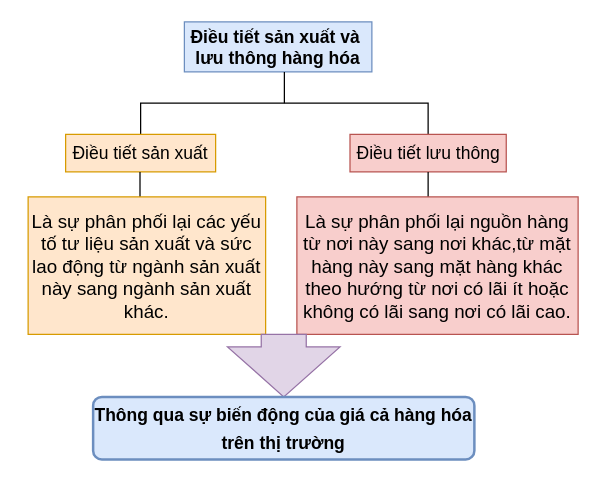
The draw.io diagram công dân.drawio in Deteriorator/hosting, before the edit. Source tidied: cells renumbered, new cells numbered last; positions are measured from the earlier drawing's top-left corner, leaving out a move shared by most shapes. Both pictures are drawn from the tidied source at 125%, with x=0, y=0 at pixel (28, 21).
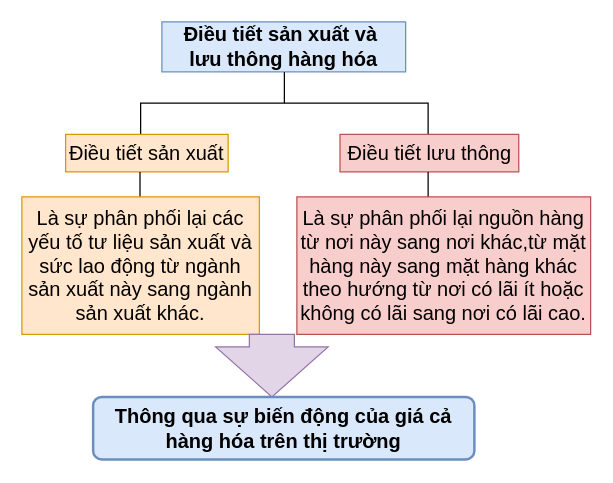
Above is the later version.

Change to the diagram source:
```diff
@@
 <mxGraphModel>
   <root>
     <mxCell id="0" />
     <mxCell id="1" parent="0" />
-    <mxCell id="2" value="&lt;font style=&quot;font-size: 14px;&quot;&gt;Điều tiết sản xuất và&amp;nbsp;&lt;br style=&quot;font-size: 14px;&quot;&gt;lưu thông hàng hóa&lt;/font&gt;" style="rounded=0;whiteSpace=wrap;html=1;fontSize=14;fillColor=#dae8fc;strokeColor=#6c8ebf;fontStyle=1;" parent="1" vertex="1">
-      <mxGeometry x="125" width="150" height="40" as="geometry" />
+    <mxCell id="2" value="&lt;font style=&quot;font-size: 16px;&quot;&gt;Điều tiết sản xuất và&amp;nbsp;&lt;br style=&quot;font-size: 16px;&quot;&gt;lưu thông hàng hóa&lt;/font&gt;" style="rounded=0;whiteSpace=wrap;html=1;fontSize=16;fillColor=#dae8fc;strokeColor=#6c8ebf;fontStyle=1;" parent="1" vertex="1">
+      <mxGeometry x="107" width="195" height="40" as="geometry" />
     </mxCell>
-    <mxCell id="3" style="strokeWidth=1;html=1;shape=mxgraph.flowchart.annotation_2;align=left;labelPosition=right;direction=south;fontSize=14;fontStyle=0;" parent="1" vertex="1">
+    <mxCell id="3" style="strokeWidth=1;html=1;shape=mxgraph.flowchart.annotation_2;align=left;labelPosition=right;direction=south;fontSize=16;fontStyle=0;" parent="1" vertex="1">
       <mxGeometry x="90" y="40" width="230" height="50" as="geometry" />
     </mxCell>
-    <mxCell id="4" value="Điều tiết sản xuất" style="rounded=0;whiteSpace=wrap;html=1;fontSize=14;fillColor=#ffe6cc;strokeColor=#d79b00;" parent="1" vertex="1">
-      <mxGeometry x="30" y="90" width="120" height="30" as="geometry" />
+    <mxCell id="4" value="Điều tiết sản xuất" style="rounded=0;whiteSpace=wrap;html=1;fontSize=16;fillColor=#ffe6cc;strokeColor=#d79b00;" parent="1" vertex="1">
+      <mxGeometry x="30" y="90" width="130" height="30" as="geometry" />
     </mxCell>
-    <mxCell id="5" style="endArrow=none;html=1;fontSize=14;" parent="1" edge="1">
+    <mxCell id="5" style="endArrow=none;html=1;fontSize=16;" parent="1" edge="1">
       <mxGeometry relative="1" as="geometry">
         <mxPoint x="89.5" y="140" as="sourcePoint" />
         <mxPoint x="89.5" y="120" as="targetPoint" />
         <Array as="points">
           <mxPoint x="89.5" y="130" />
         </Array>
       </mxGeometry>
     </mxCell>
-    <mxCell id="6" value="Là sự phân phối lại các yếu tố tư liệu sản xuất và sức lao động từ ngành sản xuất này sang ngành sản xuất khác." style="rounded=0;whiteSpace=wrap;html=1;fontSize=15;fillColor=#ffe6cc;strokeColor=#d79b00;" parent="1" vertex="1">
-      <mxGeometry y="140" width="190" height="110" as="geometry" />
+    <mxCell id="6" value="Là sự phân phối lại các yếu tố tư liệu sản xuất và sức lao động từ ngành sản xuất này sang ngành sản xuất khác." style="rounded=0;whiteSpace=wrap;html=1;fontSize=16;fillColor=#ffe6cc;strokeColor=#d79b00;" parent="1" vertex="1">
+      <mxGeometry x="-5" y="140" width="190" height="110" as="geometry" />
     </mxCell>
-    <mxCell id="7" value="Điều tiết lưu thông" style="rounded=0;whiteSpace=wrap;html=1;fontSize=14;fillColor=#f8cecc;strokeColor=#b85450;" parent="1" vertex="1">
-      <mxGeometry x="257.5" y="90" width="125" height="30" as="geometry" />
+    <mxCell id="7" value="Điều tiết lưu thông" style="rounded=0;whiteSpace=wrap;html=1;fontSize=16;fillColor=#f8cecc;strokeColor=#b85450;" parent="1" vertex="1">
+      <mxGeometry x="249.5" y="90" width="143" height="30" as="geometry" />
     </mxCell>
-    <mxCell id="8" style="endArrow=none;html=1;fontSize=14;" parent="1" edge="1">
+    <mxCell id="8" style="endArrow=none;html=1;fontSize=16;" parent="1" edge="1">
       <mxGeometry relative="1" as="geometry">
         <mxPoint x="320" y="140" as="sourcePoint" />
         <mxPoint x="320" y="120" as="targetPoint" />
       </mxGeometry>
     </mxCell>
-    <mxCell id="9" value="Là sự phân phối lại nguồn hàng từ nơi này sang nơi khác,từ mặt hàng này sang mặt hàng khác theo hướng từ nơi có lãi ít hoặc không có lãi sang nơi có lãi cao." style="rounded=0;whiteSpace=wrap;html=1;fontSize=15;fillColor=#f8cecc;strokeColor=#b85450;" parent="1" vertex="1">
-      <mxGeometry x="215" y="140" width="225" height="110" as="geometry" />
+    <mxCell id="9" value="Là sự phân phối lại nguồn hàng từ nơi này sang nơi khác,từ mặt hàng này sang mặt hàng khác theo hướng từ nơi có lãi ít hoặc không có lãi sang nơi có lãi cao." style="rounded=0;whiteSpace=wrap;html=1;fontSize=16;fillColor=#f8cecc;strokeColor=#b85450;" parent="1" vertex="1">
+      <mxGeometry x="215" y="140" width="235" height="110" as="geometry" />
     </mxCell>
-    <mxCell id="10" style="html=1;shadow=0;dashed=0;align=center;verticalAlign=middle;shape=mxgraph.arrows2.arrow;dy=0.6;dx=40;direction=south;notch=0;strokeWidth=1;fontSize=18;fillColor=#e1d5e7;strokeColor=#9673a6;" parent="1" vertex="1">
-      <mxGeometry x="159.5" y="250" width="90" height="50" as="geometry" />
+    <mxCell id="10" style="html=1;shadow=0;dashed=0;align=center;verticalAlign=middle;shape=mxgraph.arrows2.arrow;dy=0.6;dx=40;direction=south;notch=0;strokeWidth=1;fontSize=16;fillColor=#e1d5e7;strokeColor=#9673a6;" parent="1" vertex="1">
+      <mxGeometry x="150" y="250" width="90" height="50" as="geometry" />
     </mxCell>
-    <mxCell id="11" value="&lt;font style=&quot;font-size: 14px&quot;&gt;Thông qua sự biến động của giá cả hàng hóa trên thị trường&lt;/font&gt;" style="rounded=1;whiteSpace=wrap;html=1;absoluteArcSize=1;arcSize=14;strokeWidth=2;fontSize=18;fontStyle=1;fillColor=#dae8fc;strokeColor=#6c8ebf;" parent="1" vertex="1">
+    <mxCell id="11" value="&lt;font style=&quot;font-size: 16px;&quot;&gt;Thông qua sự biến động của giá cả hàng hóa trên thị trường&lt;/font&gt;" style="rounded=1;whiteSpace=wrap;html=1;absoluteArcSize=1;arcSize=14;strokeWidth=2;fontSize=16;fontStyle=1;fillColor=#dae8fc;strokeColor=#6c8ebf;" parent="1" vertex="1">
       <mxGeometry x="52" y="300" width="305" height="50" as="geometry" />
     </mxCell>
   </root>
 </mxGraphModel>
```
